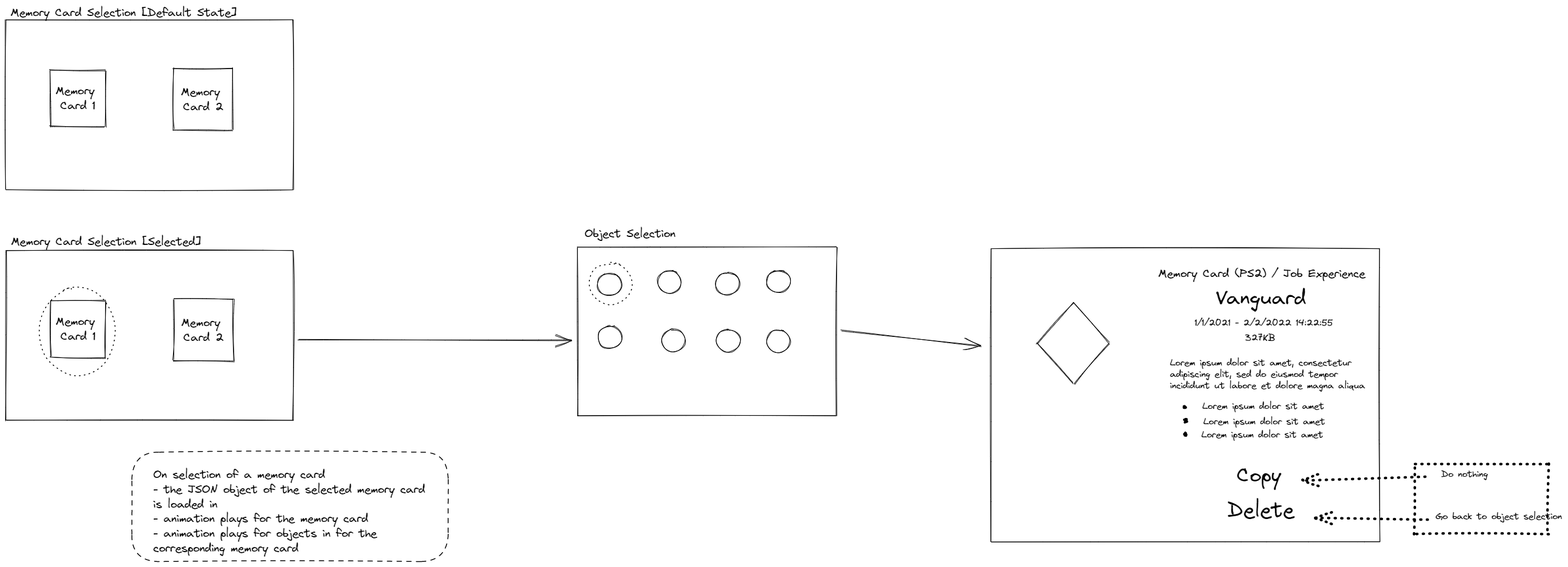
BoxedFruits/portfolio-website keeps this Excalidraw diagram as memory_card_selection.excalidraw.png. Above is the earlier version. Source tidied: one line per element, renumbered; positions are measured from the earlier drawing's top-left corner, leaving out a move shared by most shapes.
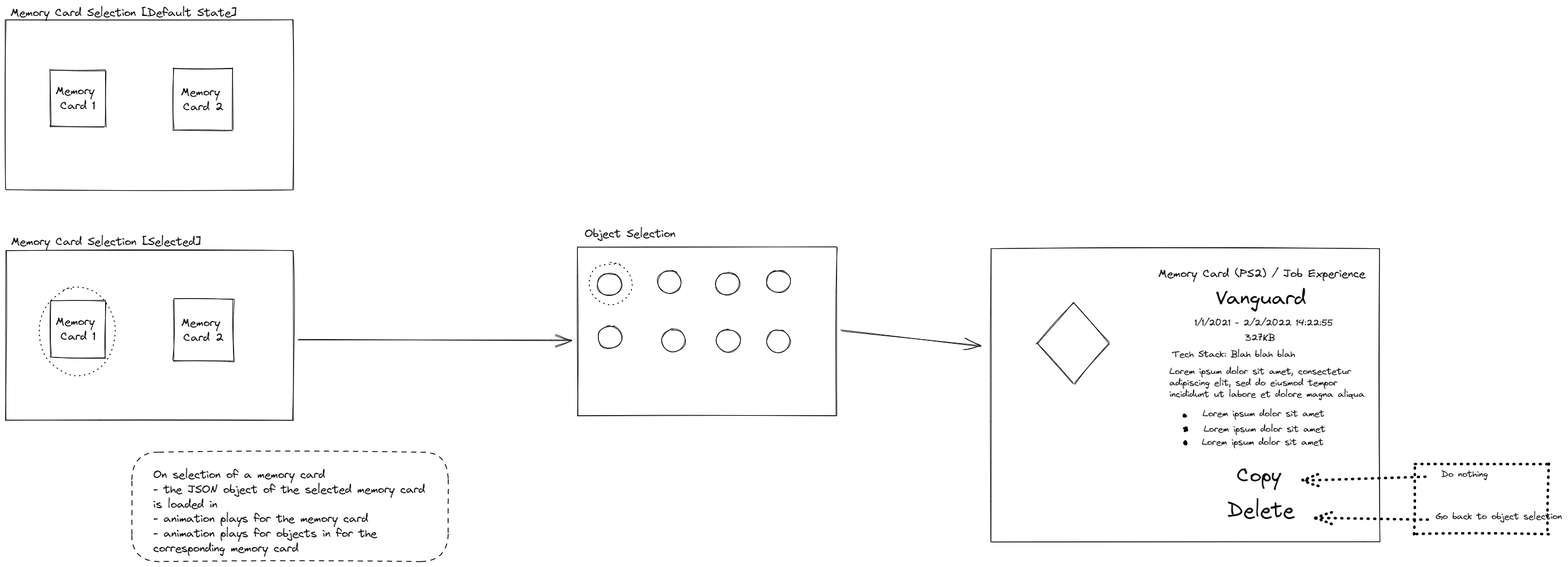
Later version of the same file.

What changed in the source:
```diff
@@ -32,13 +32,13 @@
 {"id": 31, "type": "text", "text": "Vanguard", "strokeColor": "#000000", "strokeWidth": 1, "roughness": 1, "fontSize": 36, "fontFamily": 1, "x": 2119, "y": 490, "width": 160, "height": 45}
 {"id": 32, "type": "text", "text": "1/1/2021 - 2/2/2022 14:22:55", "strokeColor": "#000000", "strokeWidth": 1, "roughness": 1, "fontSize": 16, "fontFamily": 1, "x": 2082, "y": 546, "width": 244, "height": 20}
 {"id": 33, "type": "text", "text": "327KB", "strokeColor": "#000000", "strokeWidth": 1, "roughness": 1, "fontSize": 16, "fontFamily": 1, "x": 2170, "y": 572, "width": 54, "height": 20}
-{"id": 34, "type": "text", "text": "Lorem ipsum dolor sit amet, consectetur\nadipiscing elit, sed do eiusmod tempor\nincididunt ut labore et dolore magna aliqua", "strokeColor": "#000000", "strokeWidth": 1, "roughness": 1, "fontSize": 16, "fontFamily": 1, "x": 2039, "y": 616, "width": 344, "height": 60}
+{"id": 34, "type": "text", "text": "Lorem ipsum dolor sit amet, consectetur\nadipiscing elit, sed do eiusmod tempor\nincididunt ut labore et dolore magna aliqua", "strokeColor": "#000000", "strokeWidth": 1, "roughness": 1, "fontSize": 16, "fontFamily": 1, "x": 2038, "y": 631, "width": 344, "height": 60}
-{"id": 35, "type": "ellipse", "strokeColor": "#000000", "strokeWidth": 4, "roughness": 1, "x": 2063, "y": 703, "width": 2, "height": 1}
+{"id": 35, "type": "ellipse", "strokeColor": "#000000", "strokeWidth": 4, "roughness": 1, "x": 2063, "y": 718, "width": 2, "height": 1}
-{"id": 36, "type": "ellipse", "strokeColor": "#000000", "strokeWidth": 4, "roughness": 1, "x": 2065, "y": 725, "width": 2, "height": 3}
+{"id": 36, "type": "ellipse", "strokeColor": "#000000", "strokeWidth": 4, "roughness": 1, "x": 2065, "y": 740, "width": 2, "height": 3}
-{"id": 37, "type": "ellipse", "strokeColor": "#000000", "strokeWidth": 4, "roughness": 1, "x": 2065, "y": 749, "width": 2, "height": 3}
+{"id": 37, "type": "ellipse", "strokeColor": "#000000", "strokeWidth": 4, "roughness": 1, "x": 2065, "y": 764, "width": 2, "height": 3}
-{"id": 38, "type": "text", "text": "Lorem ipsum dolor sit amet", "strokeColor": "#000000", "strokeWidth": 4, "roughness": 1, "fontSize": 16, "fontFamily": 1, "x": 2096, "y": 692, "width": 215, "height": 20}
+{"id": 38, "type": "text", "text": "Lorem ipsum dolor sit amet", "strokeColor": "#000000", "strokeWidth": 4, "roughness": 1, "fontSize": 16, "fontFamily": 1, "x": 2096, "y": 705, "width": 215, "height": 20}
-{"id": 39, "type": "text", "text": "Lorem ipsum dolor sit amet", "strokeColor": "#000000", "strokeWidth": 4, "roughness": 1, "fontSize": 16, "fontFamily": 1, "x": 2097, "y": 719, "width": 215, "height": 20}
+{"id": 39, "type": "text", "text": "Lorem ipsum dolor sit amet", "strokeColor": "#000000", "strokeWidth": 4, "roughness": 1, "fontSize": 16, "fontFamily": 1, "x": 2098, "y": 732, "width": 215, "height": 20}
-{"id": 40, "type": "text", "text": "Lorem ipsum dolor sit amet", "strokeColor": "#000000", "strokeWidth": 4, "roughness": 1, "fontSize": 16, "fontFamily": 1, "x": 2094, "y": 742, "width": 215, "height": 20}
+{"id": 40, "type": "text", "text": "Lorem ipsum dolor sit amet", "strokeColor": "#000000", "strokeWidth": 4, "roughness": 1, "fontSize": 16, "fontFamily": 1, "x": 2094, "y": 755, "width": 215, "height": 20}
 {"id": 41, "type": "text", "text": "Copy", "strokeColor": "#000000", "strokeWidth": 4, "roughness": 1, "fontSize": 36, "fontFamily": 1, "x": 2156, "y": 801, "width": 80, "height": 45}
 {"id": 42, "type": "text", "text": "Delete", "strokeColor": "#000000", "strokeWidth": 4, "roughness": 1, "fontSize": 36, "fontFamily": 1, "x": 2140, "y": 862, "width": 119, "height": 45}
 {"id": 43, "type": "rectangle", "strokeColor": "#000000", "strokeWidth": 4, "strokeStyle": "dotted", "roughness": 1, "x": 2467, "y": 803, "width": 234, "height": 121}
@@ -46,3 +46,4 @@
 {"id": 45, "type": "arrow", "strokeColor": "#000000", "strokeWidth": 4, "strokeStyle": "dotted", "roughness": 1, "endArrowhead": "arrow", "from": 46, "x": 2491, "y": 900, "width": 198, "height": 2, "points": [[0, 0], [-198, -2]]}
 {"id": 46, "type": "text", "text": "Go back to object selection", "strokeColor": "#000000", "strokeWidth": 4, "strokeStyle": "dotted", "roughness": 1, "fontSize": 16, "fontFamily": 1, "x": 2504, "y": 885, "width": 223, "height": 20}
 {"id": 47, "type": "text", "text": "Do nothing", "strokeColor": "#000000", "strokeWidth": 4, "strokeStyle": "dotted", "roughness": 1, "fontSize": 16, "fontFamily": 1, "x": 2514, "y": 811, "width": 84, "height": 20}
+{"id": 48, "type": "text", "text": "Tech Stack: Blah blah blah", "strokeColor": "#000000", "strokeWidth": 1, "roughness": 1, "fontSize": 16, "fontFamily": 1, "x": 2043, "y": 601, "width": 217, "height": 20}
```
